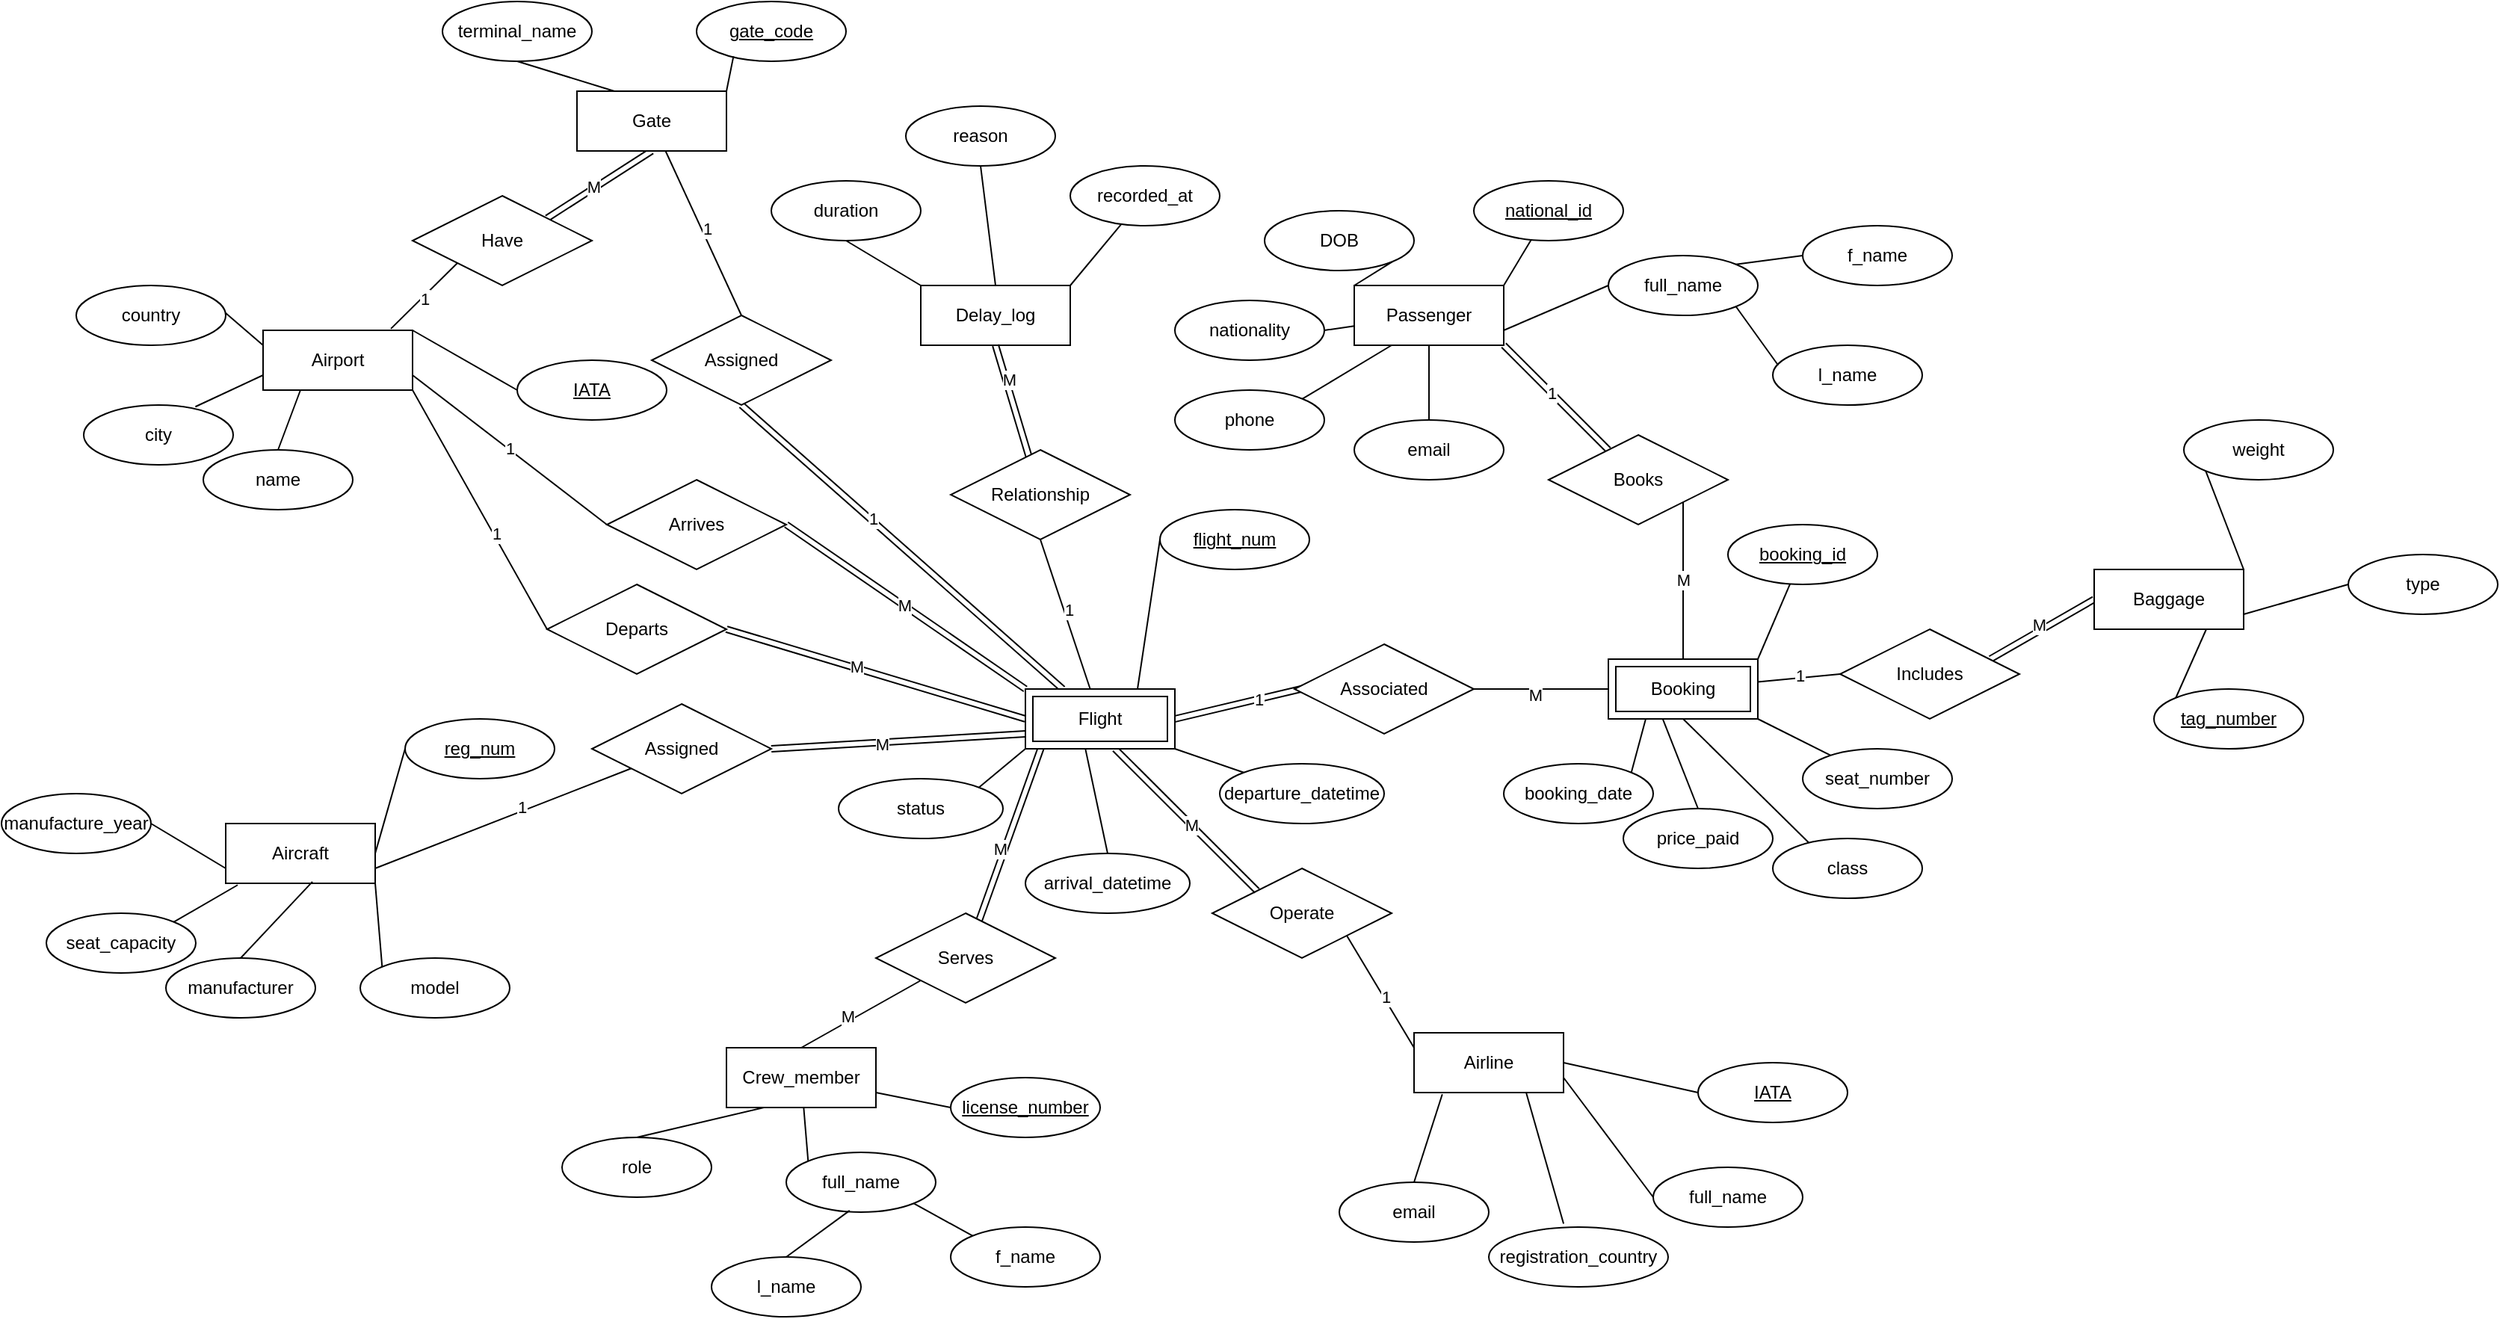
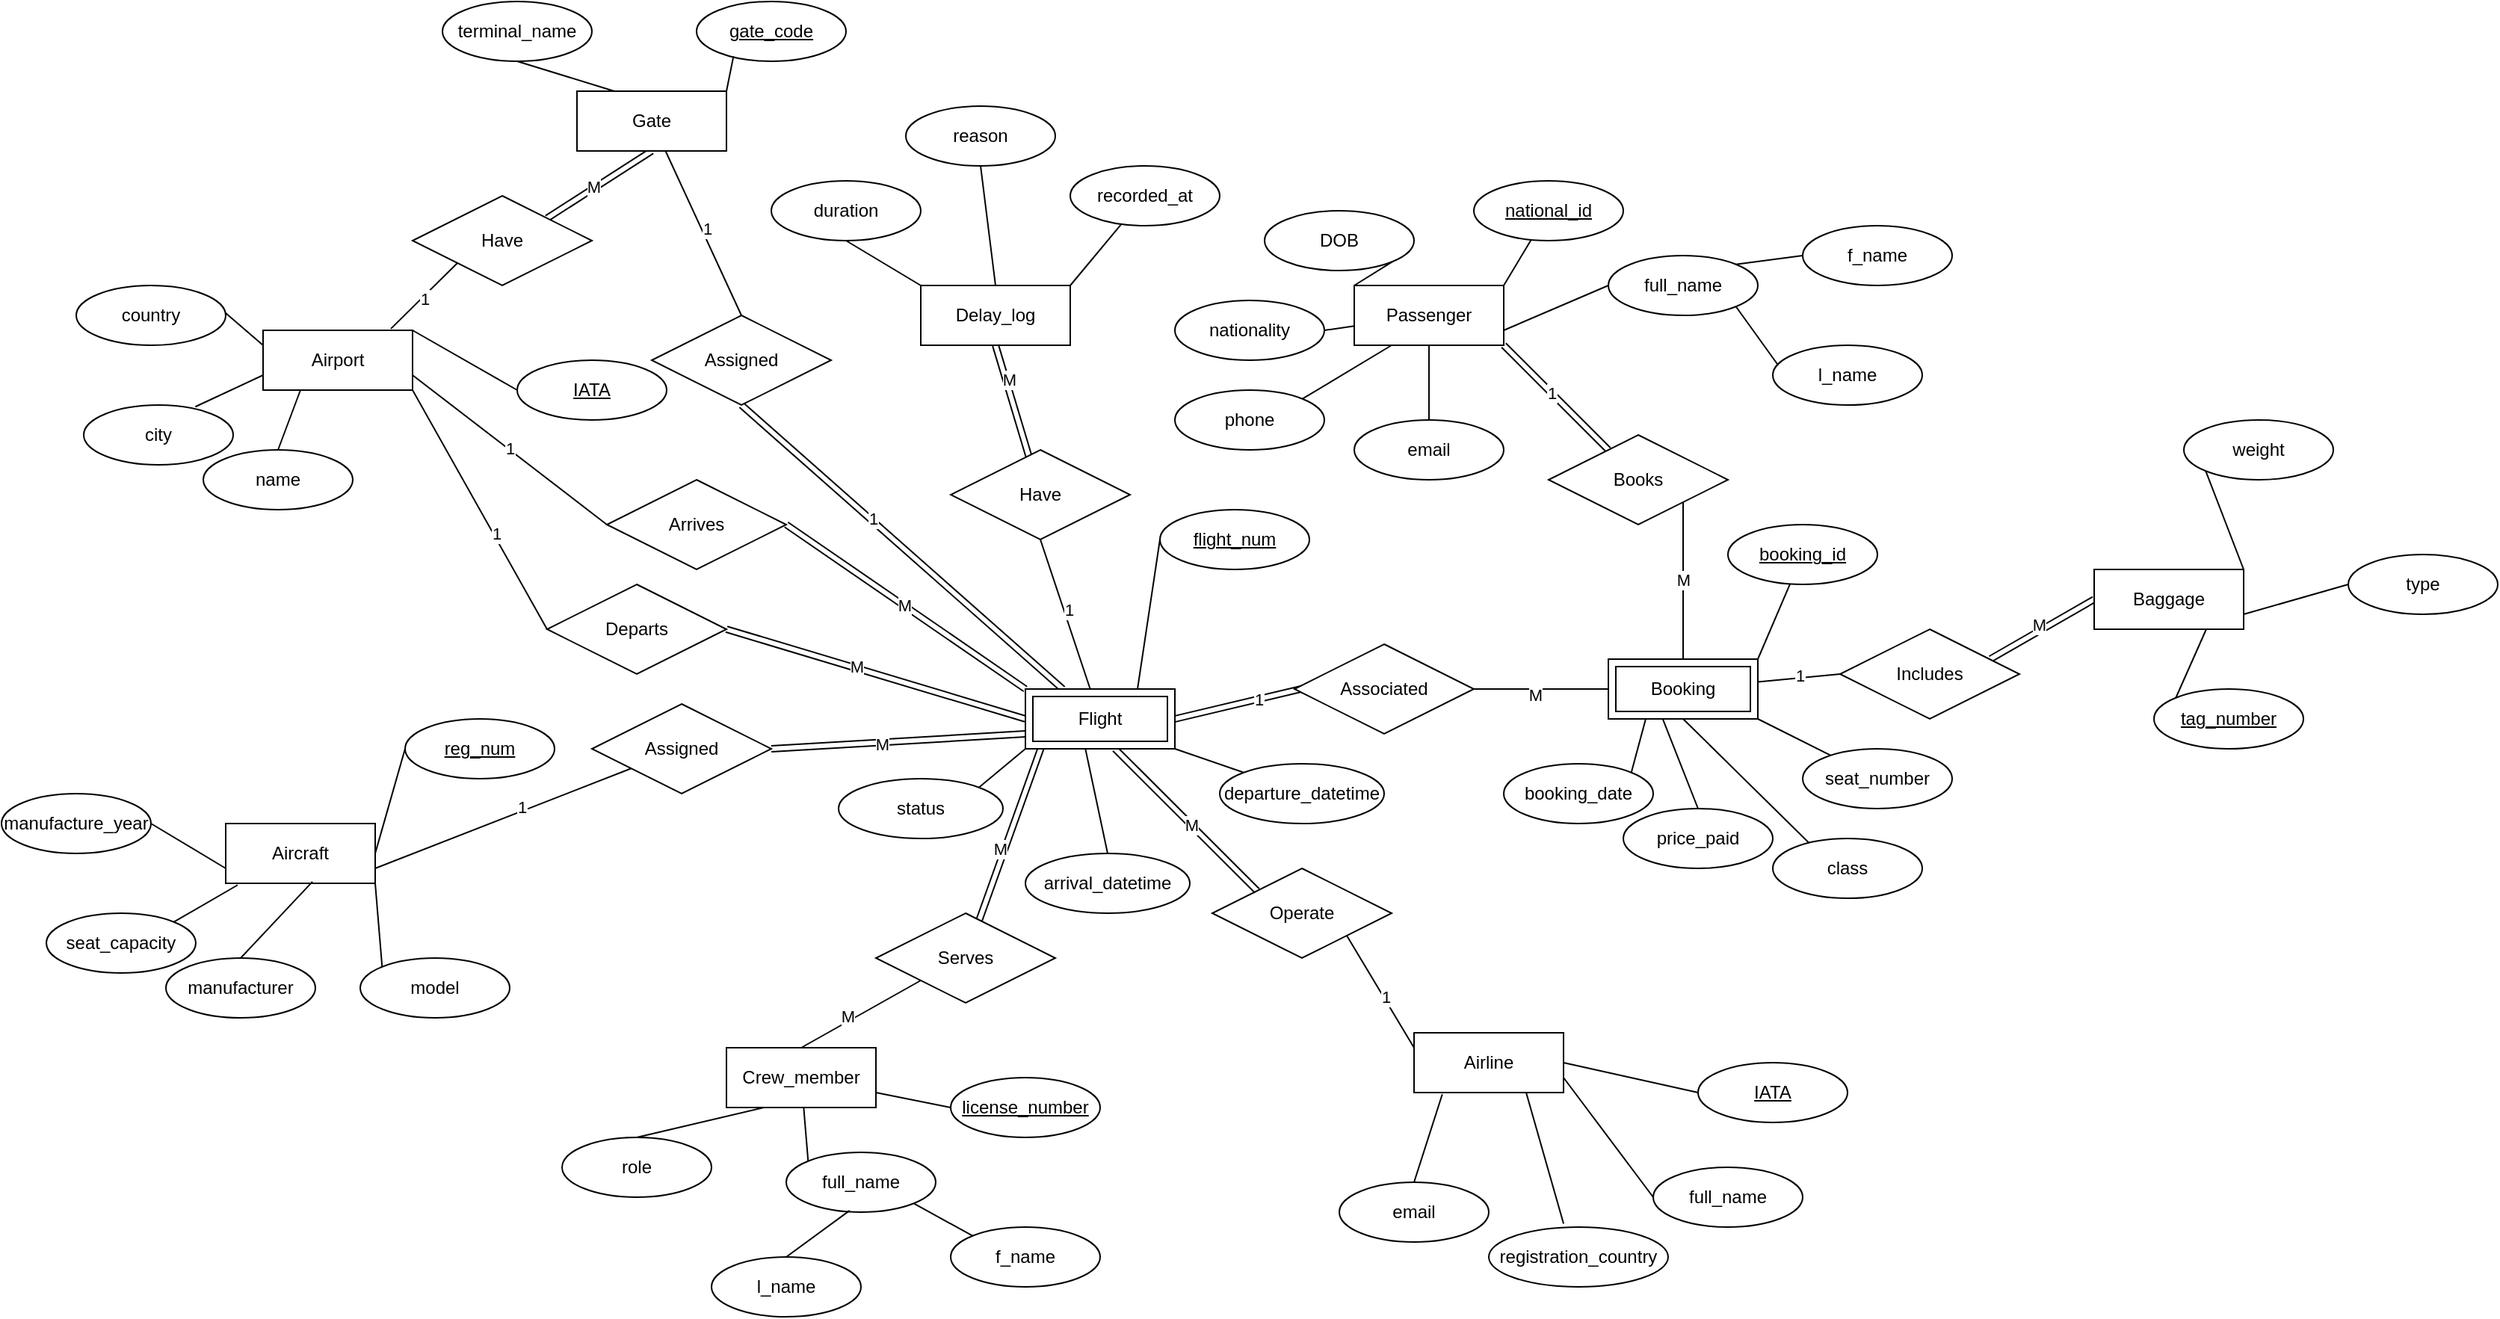
<mxfile host="app.diagrams.net">
  <diagram name="Page-1" id="9Ez2V5EcepmFkt350dfW">
-     <mxGraphModel dx="1066" dy="1085" grid="1" gridSize="10" guides="1" tooltips="1" connect="1" arrows="1" fold="1" page="1" pageScale="1" pageWidth="850" pageHeight="1100" math="0" shadow="0">
+     <mxGraphModel dx="1001" dy="1085" grid="1" gridSize="10" guides="1" tooltips="1" connect="1" arrows="1" fold="1" page="1" pageScale="1" pageWidth="850" pageHeight="1100" math="0" shadow="0">
      <root>
        <mxCell id="0" />
        <mxCell id="1" parent="0" />
        <mxCell id="-5EN979a6P4eX3SqTBvW-93" edge="1" parent="1" source="1uCa8UvUIqV1hMw0mHuW-35" style="edgeStyle=none;rounded=0;orthogonalLoop=1;jettySize=auto;html=1;exitX=0.11;exitY=0.945;exitDx=0;exitDy=0;endArrow=none;endFill=0;shape=link;exitPerimeter=0;" target="-5EN979a6P4eX3SqTBvW-92">
          <mxGeometry relative="1" as="geometry">
            <mxPoint x="700" y="610" as="sourcePoint" />
          </mxGeometry>
        </mxCell>
        <mxCell id="-5EN979a6P4eX3SqTBvW-102" connectable="0" parent="-5EN979a6P4eX3SqTBvW-93" style="edgeLabel;html=1;align=center;verticalAlign=middle;resizable=0;points=[];" value="M" vertex="1">
          <mxGeometry relative="1" x="0.1972" y="-3" as="geometry">
            <mxPoint as="offset" />
          </mxGeometry>
        </mxCell>
        <mxCell id="-5EN979a6P4eX3SqTBvW-96" edge="1" parent="1" source="1uCa8UvUIqV1hMw0mHuW-35" style="edgeStyle=none;rounded=0;orthogonalLoop=1;jettySize=auto;html=1;exitX=1;exitY=0.5;exitDx=0;exitDy=0;entryX=0.073;entryY=0.482;entryDx=0;entryDy=0;endArrow=none;endFill=0;shape=link;entryPerimeter=0;" target="-5EN979a6P4eX3SqTBvW-95">
          <mxGeometry relative="1" as="geometry">
            <mxPoint x="775" y="600" as="sourcePoint" />
          </mxGeometry>
        </mxCell>
        <mxCell id="-5EN979a6P4eX3SqTBvW-104" connectable="0" parent="-5EN979a6P4eX3SqTBvW-96" style="edgeLabel;html=1;align=center;verticalAlign=middle;resizable=0;points=[];" value="1" vertex="1">
          <mxGeometry relative="1" x="0.2456" as="geometry">
            <mxPoint as="offset" />
          </mxGeometry>
        </mxCell>
        <mxCell id="-5EN979a6P4eX3SqTBvW-80" edge="1" parent="1" source="-5EN979a6P4eX3SqTBvW-2" style="edgeStyle=none;rounded=0;orthogonalLoop=1;jettySize=auto;html=1;exitX=1;exitY=1;exitDx=0;exitDy=0;entryX=0;entryY=0.5;entryDx=0;entryDy=0;endArrow=none;endFill=0;" target="-5EN979a6P4eX3SqTBvW-81">
          <mxGeometry relative="1" as="geometry">
            <mxPoint x="425" y="450" as="targetPoint" />
          </mxGeometry>
        </mxCell>
        <mxCell id="-5EN979a6P4eX3SqTBvW-91" connectable="0" parent="-5EN979a6P4eX3SqTBvW-80" style="edgeLabel;html=1;align=center;verticalAlign=middle;resizable=0;points=[];" value="1" vertex="1">
          <mxGeometry relative="1" x="0.208" y="2" as="geometry">
            <mxPoint as="offset" />
          </mxGeometry>
        </mxCell>
        <mxCell id="-5EN979a6P4eX3SqTBvW-2" parent="1" style="whiteSpace=wrap;html=1;align=center;" value="Airport" vertex="1">
          <mxGeometry height="40" width="100" x="195" y="320" as="geometry" />
        </mxCell>
        <mxCell id="-5EN979a6P4eX3SqTBvW-45" edge="1" parent="1" source="-5EN979a6P4eX3SqTBvW-4" style="edgeStyle=none;rounded=0;orthogonalLoop=1;jettySize=auto;html=1;exitX=1;exitY=0;exitDx=0;exitDy=0;endArrow=none;endFill=0;" target="-5EN979a6P4eX3SqTBvW-38">
          <mxGeometry relative="1" as="geometry" />
        </mxCell>
        <mxCell id="-5EN979a6P4eX3SqTBvW-46" edge="1" parent="1" source="-5EN979a6P4eX3SqTBvW-4" style="edgeStyle=none;rounded=0;orthogonalLoop=1;jettySize=auto;html=1;exitX=1;exitY=0.75;exitDx=0;exitDy=0;entryX=0;entryY=0.5;entryDx=0;entryDy=0;endArrow=none;endFill=0;" target="-5EN979a6P4eX3SqTBvW-40">
          <mxGeometry relative="1" as="geometry" />
        </mxCell>
        <mxCell id="-5EN979a6P4eX3SqTBvW-99" edge="1" parent="1" source="-5EN979a6P4eX3SqTBvW-4" style="edgeStyle=none;rounded=0;orthogonalLoop=1;jettySize=auto;html=1;exitX=1;exitY=1;exitDx=0;exitDy=0;endArrow=none;endFill=0;shape=link;" target="-5EN979a6P4eX3SqTBvW-98">
          <mxGeometry relative="1" as="geometry" />
        </mxCell>
        <mxCell id="-5EN979a6P4eX3SqTBvW-105" connectable="0" parent="-5EN979a6P4eX3SqTBvW-99" style="edgeLabel;html=1;align=center;verticalAlign=middle;resizable=0;points=[];" value="1" vertex="1">
          <mxGeometry relative="1" x="-0.1035" as="geometry">
            <mxPoint as="offset" />
          </mxGeometry>
        </mxCell>
        <mxCell id="-5EN979a6P4eX3SqTBvW-4" parent="1" style="whiteSpace=wrap;html=1;align=center;" value="Passenger" vertex="1">
          <mxGeometry height="40" width="100" x="925" y="290" as="geometry" />
        </mxCell>
        <mxCell id="-5EN979a6P4eX3SqTBvW-77" edge="1" parent="1" source="-5EN979a6P4eX3SqTBvW-5" style="edgeStyle=none;rounded=0;orthogonalLoop=1;jettySize=auto;html=1;exitX=1;exitY=0.75;exitDx=0;exitDy=0;endArrow=none;endFill=0;" target="-5EN979a6P4eX3SqTBvW-78">
          <mxGeometry relative="1" as="geometry">
            <mxPoint x="375" y="580" as="targetPoint" />
          </mxGeometry>
        </mxCell>
        <mxCell id="-5EN979a6P4eX3SqTBvW-84" connectable="0" parent="-5EN979a6P4eX3SqTBvW-77" style="edgeLabel;html=1;align=center;verticalAlign=middle;resizable=0;points=[];" value="1" vertex="1">
          <mxGeometry relative="1" x="0.1609" y="3" as="geometry">
            <mxPoint as="offset" />
          </mxGeometry>
        </mxCell>
        <mxCell id="-5EN979a6P4eX3SqTBvW-5" parent="1" style="whiteSpace=wrap;html=1;align=center;" value="Aircraft" vertex="1">
          <mxGeometry height="40" width="100" x="170" y="650" as="geometry" />
        </mxCell>
        <mxCell id="-5EN979a6P4eX3SqTBvW-6" parent="1" style="whiteSpace=wrap;html=1;align=center;" value="Crew_m&lt;span style=&quot;background-color: transparent; color: light-dark(rgb(0, 0, 0), rgb(255, 255, 255));&quot;&gt;ember&lt;/span&gt;" vertex="1">
          <mxGeometry height="40" width="100" x="505" y="800" as="geometry" />
        </mxCell>
        <mxCell id="-5EN979a6P4eX3SqTBvW-14" edge="1" parent="1" source="-5EN979a6P4eX3SqTBvW-7" style="rounded=0;orthogonalLoop=1;jettySize=auto;html=1;exitX=0;exitY=0.5;exitDx=0;exitDy=0;entryX=1;entryY=0;entryDx=0;entryDy=0;endArrow=none;endFill=0;" target="-5EN979a6P4eX3SqTBvW-2">
          <mxGeometry relative="1" as="geometry" />
        </mxCell>
        <mxCell id="-5EN979a6P4eX3SqTBvW-7" parent="1" style="ellipse;whiteSpace=wrap;html=1;align=center;fontStyle=4;" value="IATA" vertex="1">
          <mxGeometry height="40" width="100" x="365" y="340" as="geometry" />
        </mxCell>
        <mxCell id="-5EN979a6P4eX3SqTBvW-13" edge="1" parent="1" source="-5EN979a6P4eX3SqTBvW-8" style="rounded=0;orthogonalLoop=1;jettySize=auto;html=1;exitX=0.5;exitY=0;exitDx=0;exitDy=0;endArrow=none;endFill=0;entryX=0.25;entryY=1;entryDx=0;entryDy=0;" target="-5EN979a6P4eX3SqTBvW-2">
          <mxGeometry relative="1" as="geometry">
            <mxPoint x="225" y="370" as="targetPoint" />
          </mxGeometry>
        </mxCell>
        <mxCell id="-5EN979a6P4eX3SqTBvW-8" parent="1" style="ellipse;whiteSpace=wrap;html=1;align=center;" value="name" vertex="1">
          <mxGeometry height="40" width="100" x="155" y="400" as="geometry" />
        </mxCell>
        <mxCell id="-5EN979a6P4eX3SqTBvW-9" parent="1" style="ellipse;whiteSpace=wrap;html=1;align=center;" value="city" vertex="1">
          <mxGeometry height="40" width="100" x="75" y="370" as="geometry" />
        </mxCell>
        <mxCell id="-5EN979a6P4eX3SqTBvW-11" edge="1" parent="1" source="-5EN979a6P4eX3SqTBvW-10" style="rounded=0;orthogonalLoop=1;jettySize=auto;html=1;exitX=1;exitY=0;exitDx=0;exitDy=0;entryX=0;entryY=0.25;entryDx=0;entryDy=0;endArrow=none;endFill=0;" target="-5EN979a6P4eX3SqTBvW-2">
          <mxGeometry relative="1" as="geometry" />
        </mxCell>
        <mxCell id="-5EN979a6P4eX3SqTBvW-10" parent="1" style="ellipse;whiteSpace=wrap;html=1;align=center;" value="country" vertex="1">
          <mxGeometry height="40" width="100" x="70" y="290" as="geometry" />
        </mxCell>
        <mxCell id="-5EN979a6P4eX3SqTBvW-12" edge="1" parent="1" source="-5EN979a6P4eX3SqTBvW-9" style="rounded=0;orthogonalLoop=1;jettySize=auto;html=1;entryX=0;entryY=0.75;entryDx=0;entryDy=0;endArrow=none;endFill=0;exitX=0.747;exitY=0.028;exitDx=0;exitDy=0;exitPerimeter=0;" target="-5EN979a6P4eX3SqTBvW-2">
          <mxGeometry relative="1" as="geometry">
            <mxPoint x="155" y="376" as="sourcePoint" />
          </mxGeometry>
        </mxCell>
        <mxCell id="-5EN979a6P4eX3SqTBvW-26" edge="1" parent="1" source="-5EN979a6P4eX3SqTBvW-15" style="edgeStyle=none;rounded=0;orthogonalLoop=1;jettySize=auto;html=1;exitX=0;exitY=0.5;exitDx=0;exitDy=0;entryX=1;entryY=0.5;entryDx=0;entryDy=0;endArrow=none;endFill=0;" target="-5EN979a6P4eX3SqTBvW-5">
          <mxGeometry relative="1" as="geometry" />
        </mxCell>
        <mxCell id="-5EN979a6P4eX3SqTBvW-15" parent="1" style="ellipse;whiteSpace=wrap;html=1;align=center;fontStyle=4;" value="reg_num" vertex="1">
          <mxGeometry height="40" width="100" x="290" y="580" as="geometry" />
        </mxCell>
        <mxCell id="-5EN979a6P4eX3SqTBvW-25" edge="1" parent="1" source="-5EN979a6P4eX3SqTBvW-17" style="edgeStyle=none;rounded=0;orthogonalLoop=1;jettySize=auto;html=1;exitX=0;exitY=0;exitDx=0;exitDy=0;entryX=1;entryY=1;entryDx=0;entryDy=0;endArrow=none;endFill=0;" target="-5EN979a6P4eX3SqTBvW-5">
          <mxGeometry relative="1" as="geometry" />
        </mxCell>
        <mxCell id="-5EN979a6P4eX3SqTBvW-17" parent="1" style="ellipse;whiteSpace=wrap;html=1;align=center;" value="model" vertex="1">
          <mxGeometry height="40" width="100" x="260" y="740" as="geometry" />
        </mxCell>
        <mxCell id="-5EN979a6P4eX3SqTBvW-18" parent="1" style="ellipse;whiteSpace=wrap;html=1;align=center;" value="manufacturer" vertex="1">
          <mxGeometry height="40" width="100" x="130" y="740" as="geometry" />
        </mxCell>
        <mxCell id="-5EN979a6P4eX3SqTBvW-19" parent="1" style="ellipse;whiteSpace=wrap;html=1;align=center;" value="seat&lt;span style=&quot;background-color: transparent; color: light-dark(rgb(0, 0, 0), rgb(255, 255, 255));&quot;&gt;_capacity&lt;/span&gt;" vertex="1">
          <mxGeometry height="40" width="100" x="50" y="710" as="geometry" />
        </mxCell>
        <mxCell id="-5EN979a6P4eX3SqTBvW-22" edge="1" parent="1" source="-5EN979a6P4eX3SqTBvW-20" style="edgeStyle=none;rounded=0;orthogonalLoop=1;jettySize=auto;html=1;exitX=1;exitY=0.5;exitDx=0;exitDy=0;entryX=0;entryY=0.75;entryDx=0;entryDy=0;endArrow=none;endFill=0;" target="-5EN979a6P4eX3SqTBvW-5">
          <mxGeometry relative="1" as="geometry" />
        </mxCell>
        <mxCell id="-5EN979a6P4eX3SqTBvW-20" parent="1" style="ellipse;whiteSpace=wrap;html=1;align=center;" value="manufacture_year" vertex="1">
          <mxGeometry height="40" width="100" x="20" y="630" as="geometry" />
        </mxCell>
        <mxCell id="-5EN979a6P4eX3SqTBvW-24" edge="1" parent="1" source="-5EN979a6P4eX3SqTBvW-18" style="edgeStyle=none;rounded=0;orthogonalLoop=1;jettySize=auto;html=1;exitX=0.5;exitY=0;exitDx=0;exitDy=0;entryX=0.58;entryY=0.973;entryDx=0;entryDy=0;entryPerimeter=0;endArrow=none;endFill=0;" target="-5EN979a6P4eX3SqTBvW-5">
          <mxGeometry relative="1" as="geometry" />
        </mxCell>
        <mxCell id="-5EN979a6P4eX3SqTBvW-36" edge="1" parent="1" source="-5EN979a6P4eX3SqTBvW-27" style="edgeStyle=none;rounded=0;orthogonalLoop=1;jettySize=auto;html=1;exitX=0;exitY=0.5;exitDx=0;exitDy=0;endArrow=none;endFill=0;entryX=0.75;entryY=0;entryDx=0;entryDy=0;" target="1uCa8UvUIqV1hMw0mHuW-35">
          <mxGeometry relative="1" as="geometry">
            <mxPoint x="795" y="520" as="targetPoint" />
          </mxGeometry>
        </mxCell>
        <mxCell id="-5EN979a6P4eX3SqTBvW-27" parent="1" style="ellipse;whiteSpace=wrap;html=1;align=center;fontStyle=4;" value="flight_num" vertex="1">
          <mxGeometry height="40" width="100" x="795" y="440" as="geometry" />
        </mxCell>
        <mxCell id="-5EN979a6P4eX3SqTBvW-35" edge="1" parent="1" source="-5EN979a6P4eX3SqTBvW-28" style="edgeStyle=none;rounded=0;orthogonalLoop=1;jettySize=auto;html=1;exitX=0;exitY=0;exitDx=0;exitDy=0;entryX=1;entryY=1;entryDx=0;entryDy=0;endArrow=none;endFill=0;" target="1uCa8UvUIqV1hMw0mHuW-35">
          <mxGeometry relative="1" as="geometry">
            <mxPoint x="775" y="610" as="targetPoint" />
          </mxGeometry>
        </mxCell>
        <mxCell id="-5EN979a6P4eX3SqTBvW-28" parent="1" style="ellipse;whiteSpace=wrap;html=1;align=center;" value="departure_datetime" vertex="1">
          <mxGeometry height="40" width="110" x="835" y="610" as="geometry" />
        </mxCell>
        <mxCell id="-5EN979a6P4eX3SqTBvW-29" parent="1" style="ellipse;whiteSpace=wrap;html=1;align=center;" value="arrival_datetime" vertex="1">
          <mxGeometry height="40" width="110" x="705" y="670" as="geometry" />
        </mxCell>
        <mxCell id="-5EN979a6P4eX3SqTBvW-32" edge="1" parent="1" source="-5EN979a6P4eX3SqTBvW-30" style="edgeStyle=none;rounded=0;orthogonalLoop=1;jettySize=auto;html=1;exitX=1;exitY=0;exitDx=0;exitDy=0;entryX=0;entryY=1;entryDx=0;entryDy=0;endArrow=none;endFill=0;" target="1uCa8UvUIqV1hMw0mHuW-35">
          <mxGeometry relative="1" as="geometry">
            <mxPoint x="675" y="610" as="targetPoint" />
          </mxGeometry>
        </mxCell>
        <mxCell id="-5EN979a6P4eX3SqTBvW-30" parent="1" style="ellipse;whiteSpace=wrap;html=1;align=center;" value="status" vertex="1">
          <mxGeometry height="40" width="110" x="580" y="620" as="geometry" />
        </mxCell>
        <mxCell id="-5EN979a6P4eX3SqTBvW-31" edge="1" parent="1" source="-5EN979a6P4eX3SqTBvW-30" style="edgeStyle=none;rounded=0;orthogonalLoop=1;jettySize=auto;html=1;exitX=1;exitY=1;exitDx=0;exitDy=0;" target="-5EN979a6P4eX3SqTBvW-30">
          <mxGeometry relative="1" as="geometry" />
        </mxCell>
        <mxCell id="-5EN979a6P4eX3SqTBvW-33" edge="1" parent="1" source="-5EN979a6P4eX3SqTBvW-19" style="edgeStyle=none;rounded=0;orthogonalLoop=1;jettySize=auto;html=1;exitX=1;exitY=0;exitDx=0;exitDy=0;entryX=0.08;entryY=1.028;entryDx=0;entryDy=0;entryPerimeter=0;endArrow=none;endFill=0;" target="-5EN979a6P4eX3SqTBvW-5">
          <mxGeometry relative="1" as="geometry" />
        </mxCell>
        <mxCell id="-5EN979a6P4eX3SqTBvW-34" edge="1" parent="1" source="-5EN979a6P4eX3SqTBvW-29" style="edgeStyle=none;rounded=0;orthogonalLoop=1;jettySize=auto;html=1;exitX=0.5;exitY=0;exitDx=0;exitDy=0;endArrow=none;endFill=0;entryX=0.399;entryY=0.973;entryDx=0;entryDy=0;entryPerimeter=0;" target="1uCa8UvUIqV1hMw0mHuW-35">
          <mxGeometry relative="1" as="geometry">
            <mxPoint x="725" y="610" as="targetPoint" />
          </mxGeometry>
        </mxCell>
        <mxCell id="-5EN979a6P4eX3SqTBvW-38" parent="1" style="ellipse;whiteSpace=wrap;html=1;align=center;fontStyle=4;" value="national_id" vertex="1">
          <mxGeometry height="40" width="100" x="1005" y="220" as="geometry" />
        </mxCell>
        <mxCell id="-5EN979a6P4eX3SqTBvW-71" edge="1" parent="1" source="-5EN979a6P4eX3SqTBvW-40" style="edgeStyle=none;rounded=0;orthogonalLoop=1;jettySize=auto;html=1;exitX=1;exitY=0;exitDx=0;exitDy=0;entryX=0;entryY=0.5;entryDx=0;entryDy=0;endArrow=none;endFill=0;" target="-5EN979a6P4eX3SqTBvW-70">
          <mxGeometry relative="1" as="geometry" />
        </mxCell>
        <mxCell id="-5EN979a6P4eX3SqTBvW-40" parent="1" style="ellipse;whiteSpace=wrap;html=1;align=center;" value="full_name" vertex="1">
          <mxGeometry height="40" width="100" x="1095" y="270" as="geometry" />
        </mxCell>
        <mxCell id="-5EN979a6P4eX3SqTBvW-41" parent="1" style="ellipse;whiteSpace=wrap;html=1;align=center;" value="email" vertex="1">
          <mxGeometry height="40" width="100" x="925" y="380" as="geometry" />
        </mxCell>
        <mxCell id="-5EN979a6P4eX3SqTBvW-49" edge="1" parent="1" source="-5EN979a6P4eX3SqTBvW-42" style="edgeStyle=none;rounded=0;orthogonalLoop=1;jettySize=auto;html=1;exitX=1;exitY=0.5;exitDx=0;exitDy=0;endArrow=none;endFill=0;" target="-5EN979a6P4eX3SqTBvW-4">
          <mxGeometry relative="1" as="geometry" />
        </mxCell>
        <mxCell id="-5EN979a6P4eX3SqTBvW-42" parent="1" style="ellipse;whiteSpace=wrap;html=1;align=center;" value="nationality" vertex="1">
          <mxGeometry height="40" width="100" x="805" y="300" as="geometry" />
        </mxCell>
        <mxCell id="-5EN979a6P4eX3SqTBvW-48" edge="1" parent="1" source="-5EN979a6P4eX3SqTBvW-43" style="edgeStyle=none;rounded=0;orthogonalLoop=1;jettySize=auto;html=1;exitX=1;exitY=0;exitDx=0;exitDy=0;entryX=0.25;entryY=1;entryDx=0;entryDy=0;endArrow=none;endFill=0;" target="-5EN979a6P4eX3SqTBvW-4">
          <mxGeometry relative="1" as="geometry" />
        </mxCell>
        <mxCell id="-5EN979a6P4eX3SqTBvW-43" parent="1" style="ellipse;whiteSpace=wrap;html=1;align=center;" value="phone" vertex="1">
          <mxGeometry height="40" width="100" x="805" y="360" as="geometry" />
        </mxCell>
        <mxCell id="-5EN979a6P4eX3SqTBvW-50" edge="1" parent="1" source="-5EN979a6P4eX3SqTBvW-44" style="edgeStyle=none;rounded=0;orthogonalLoop=1;jettySize=auto;html=1;exitX=1;exitY=1;exitDx=0;exitDy=0;entryX=0;entryY=0;entryDx=0;entryDy=0;endArrow=none;endFill=0;" target="-5EN979a6P4eX3SqTBvW-4">
          <mxGeometry relative="1" as="geometry" />
        </mxCell>
        <mxCell id="-5EN979a6P4eX3SqTBvW-44" parent="1" style="ellipse;whiteSpace=wrap;html=1;align=center;" value="DOB" vertex="1">
          <mxGeometry height="40" width="100" x="865" y="240" as="geometry" />
        </mxCell>
        <mxCell id="-5EN979a6P4eX3SqTBvW-47" edge="1" parent="1" source="-5EN979a6P4eX3SqTBvW-4" style="edgeStyle=none;rounded=0;orthogonalLoop=1;jettySize=auto;html=1;exitX=0.5;exitY=1;exitDx=0;exitDy=0;endArrow=none;endFill=0;entryX=0.5;entryY=0;entryDx=0;entryDy=0;" target="-5EN979a6P4eX3SqTBvW-41">
          <mxGeometry relative="1" as="geometry">
            <mxPoint x="995" y="370" as="targetPoint" />
          </mxGeometry>
        </mxCell>
        <mxCell id="-5EN979a6P4eX3SqTBvW-56" edge="1" parent="1" source="-5EN979a6P4eX3SqTBvW-112" style="edgeStyle=none;rounded=0;orthogonalLoop=1;jettySize=auto;html=1;endArrow=none;endFill=0;entryX=1;entryY=1;entryDx=0;entryDy=0;" target="-5EN979a6P4eX3SqTBvW-111">
          <mxGeometry relative="1" as="geometry">
            <mxPoint x="1355" y="580" as="sourcePoint" />
            <mxPoint x="1305" y="580" as="targetPoint" />
          </mxGeometry>
        </mxCell>
        <mxCell id="-5EN979a6P4eX3SqTBvW-57" edge="1" parent="1" source="-5EN979a6P4eX3SqTBvW-52" style="edgeStyle=none;rounded=0;orthogonalLoop=1;jettySize=auto;html=1;exitX=0.258;exitY=0.112;exitDx=0;exitDy=0;exitPerimeter=0;endArrow=none;endFill=0;entryX=0.5;entryY=1;entryDx=0;entryDy=0;" target="-5EN979a6P4eX3SqTBvW-111">
          <mxGeometry relative="1" as="geometry">
            <mxPoint x="1291" y="600" as="targetPoint" />
          </mxGeometry>
        </mxCell>
        <mxCell id="-5EN979a6P4eX3SqTBvW-52" parent="1" style="ellipse;whiteSpace=wrap;html=1;align=center;" value="class" vertex="1">
          <mxGeometry height="40" width="100" x="1205" y="660" as="geometry" />
        </mxCell>
        <mxCell id="-5EN979a6P4eX3SqTBvW-59" edge="1" parent="1" source="-5EN979a6P4eX3SqTBvW-53" style="edgeStyle=none;rounded=0;orthogonalLoop=1;jettySize=auto;html=1;exitX=0.5;exitY=0;exitDx=0;exitDy=0;endArrow=none;endFill=0;entryX=0.362;entryY=0.99;entryDx=0;entryDy=0;entryPerimeter=0;" target="-5EN979a6P4eX3SqTBvW-111">
          <mxGeometry relative="1" as="geometry">
            <mxPoint x="1255" y="600" as="targetPoint" />
          </mxGeometry>
        </mxCell>
        <mxCell id="-5EN979a6P4eX3SqTBvW-53" parent="1" style="ellipse;whiteSpace=wrap;html=1;align=center;" value="price_paid" vertex="1">
          <mxGeometry height="40" width="100" x="1105" y="640" as="geometry" />
        </mxCell>
        <mxCell id="-5EN979a6P4eX3SqTBvW-54" parent="1" style="ellipse;whiteSpace=wrap;html=1;align=center;" value="booking_date" vertex="1">
          <mxGeometry height="40" width="100" x="1025" y="610" as="geometry" />
        </mxCell>
        <mxCell id="-5EN979a6P4eX3SqTBvW-60" edge="1" parent="1" source="-5EN979a6P4eX3SqTBvW-54" style="edgeStyle=none;rounded=0;orthogonalLoop=1;jettySize=auto;html=1;exitX=1;exitY=0;exitDx=0;exitDy=0;entryX=0.25;entryY=1;entryDx=0;entryDy=0;endArrow=none;endFill=0;" target="-5EN979a6P4eX3SqTBvW-111">
          <mxGeometry relative="1" as="geometry">
            <mxPoint x="1205" y="600" as="targetPoint" />
          </mxGeometry>
        </mxCell>
        <mxCell id="-5EN979a6P4eX3SqTBvW-65" edge="1" parent="1" source="-5EN979a6P4eX3SqTBvW-61" style="edgeStyle=none;rounded=0;orthogonalLoop=1;jettySize=auto;html=1;exitX=0;exitY=0.5;exitDx=0;exitDy=0;endArrow=none;endFill=0;" target="-5EN979a6P4eX3SqTBvW-6">
          <mxGeometry relative="1" as="geometry" />
        </mxCell>
        <mxCell id="-5EN979a6P4eX3SqTBvW-61" parent="1" style="ellipse;whiteSpace=wrap;html=1;align=center;fontStyle=4;" value="license_number" vertex="1">
          <mxGeometry height="40" width="100" x="655" y="820" as="geometry" />
        </mxCell>
        <mxCell id="-5EN979a6P4eX3SqTBvW-66" edge="1" parent="1" source="-5EN979a6P4eX3SqTBvW-62" style="edgeStyle=none;rounded=0;orthogonalLoop=1;jettySize=auto;html=1;exitX=0;exitY=0;exitDx=0;exitDy=0;endArrow=none;endFill=0;" target="-5EN979a6P4eX3SqTBvW-6">
          <mxGeometry relative="1" as="geometry" />
        </mxCell>
        <mxCell id="-5EN979a6P4eX3SqTBvW-62" parent="1" style="ellipse;whiteSpace=wrap;html=1;align=center;" value="full_name" vertex="1">
          <mxGeometry height="40" width="100" x="545" y="870" as="geometry" />
        </mxCell>
        <mxCell id="-5EN979a6P4eX3SqTBvW-67" edge="1" parent="1" source="-5EN979a6P4eX3SqTBvW-63" style="edgeStyle=none;rounded=0;orthogonalLoop=1;jettySize=auto;html=1;exitX=0.5;exitY=0;exitDx=0;exitDy=0;entryX=0.25;entryY=1;entryDx=0;entryDy=0;endArrow=none;endFill=0;" target="-5EN979a6P4eX3SqTBvW-6">
          <mxGeometry relative="1" as="geometry" />
        </mxCell>
        <mxCell id="-5EN979a6P4eX3SqTBvW-63" parent="1" style="ellipse;whiteSpace=wrap;html=1;align=center;" value="role" vertex="1">
          <mxGeometry height="40" width="100" x="395" y="860" as="geometry" />
        </mxCell>
        <mxCell id="-5EN979a6P4eX3SqTBvW-69" parent="1" style="ellipse;whiteSpace=wrap;html=1;align=center;" value="l_name" vertex="1">
          <mxGeometry height="40" width="100" x="1205" y="330" as="geometry" />
        </mxCell>
        <mxCell id="-5EN979a6P4eX3SqTBvW-70" parent="1" style="ellipse;whiteSpace=wrap;html=1;align=center;" value="f_name" vertex="1">
          <mxGeometry height="40" width="100" x="1225" y="250" as="geometry" />
        </mxCell>
        <mxCell id="-5EN979a6P4eX3SqTBvW-72" edge="1" parent="1" source="-5EN979a6P4eX3SqTBvW-40" style="edgeStyle=none;rounded=0;orthogonalLoop=1;jettySize=auto;html=1;exitX=1;exitY=1;exitDx=0;exitDy=0;entryX=0.036;entryY=0.334;entryDx=0;entryDy=0;entryPerimeter=0;endArrow=none;endFill=0;" target="-5EN979a6P4eX3SqTBvW-69">
          <mxGeometry relative="1" as="geometry" />
        </mxCell>
        <mxCell id="-5EN979a6P4eX3SqTBvW-73" parent="1" style="ellipse;whiteSpace=wrap;html=1;align=center;" value="l_name" vertex="1">
          <mxGeometry height="40" width="100" x="495" y="940" as="geometry" />
        </mxCell>
        <mxCell id="-5EN979a6P4eX3SqTBvW-74" parent="1" style="ellipse;whiteSpace=wrap;html=1;align=center;" value="f_name" vertex="1">
          <mxGeometry height="40" width="100" x="655" y="920" as="geometry" />
        </mxCell>
        <mxCell id="-5EN979a6P4eX3SqTBvW-75" edge="1" parent="1" source="-5EN979a6P4eX3SqTBvW-73" style="edgeStyle=none;rounded=0;orthogonalLoop=1;jettySize=auto;html=1;exitX=0.5;exitY=0;exitDx=0;exitDy=0;entryX=0.424;entryY=0.973;entryDx=0;entryDy=0;entryPerimeter=0;endArrow=none;endFill=0;" target="-5EN979a6P4eX3SqTBvW-62">
          <mxGeometry relative="1" as="geometry" />
        </mxCell>
        <mxCell id="-5EN979a6P4eX3SqTBvW-76" edge="1" parent="1" source="-5EN979a6P4eX3SqTBvW-74" style="edgeStyle=none;rounded=0;orthogonalLoop=1;jettySize=auto;html=1;exitX=0;exitY=0;exitDx=0;exitDy=0;entryX=1;entryY=1;entryDx=0;entryDy=0;endArrow=none;endFill=0;" target="-5EN979a6P4eX3SqTBvW-62">
          <mxGeometry relative="1" as="geometry" />
        </mxCell>
        <mxCell id="-5EN979a6P4eX3SqTBvW-79" edge="1" parent="1" source="-5EN979a6P4eX3SqTBvW-78" style="edgeStyle=none;rounded=0;orthogonalLoop=1;jettySize=auto;html=1;exitX=1;exitY=0.5;exitDx=0;exitDy=0;endArrow=none;endFill=0;shape=link;entryX=0;entryY=0.75;entryDx=0;entryDy=0;" target="1uCa8UvUIqV1hMw0mHuW-35">
          <mxGeometry relative="1" as="geometry">
            <mxPoint x="675" y="596.521739130435" as="targetPoint" />
          </mxGeometry>
        </mxCell>
        <mxCell id="-5EN979a6P4eX3SqTBvW-116" connectable="0" parent="-5EN979a6P4eX3SqTBvW-79" style="edgeLabel;html=1;align=center;verticalAlign=middle;resizable=0;points=[];" value="M" vertex="1">
          <mxGeometry relative="1" x="-0.1301" y="-1" as="geometry">
            <mxPoint as="offset" />
          </mxGeometry>
        </mxCell>
        <mxCell id="-5EN979a6P4eX3SqTBvW-78" parent="1" style="shape=rhombus;perimeter=rhombusPerimeter;whiteSpace=wrap;html=1;align=center;" value="Assigned" vertex="1">
          <mxGeometry height="60" width="120" x="415" y="570" as="geometry" />
        </mxCell>
        <mxCell id="-5EN979a6P4eX3SqTBvW-82" edge="1" parent="1" source="-5EN979a6P4eX3SqTBvW-81" style="edgeStyle=none;rounded=0;orthogonalLoop=1;jettySize=auto;html=1;exitX=1;exitY=0.5;exitDx=0;exitDy=0;entryX=0;entryY=0.5;entryDx=0;entryDy=0;endArrow=none;endFill=0;shape=link;" target="1uCa8UvUIqV1hMw0mHuW-35">
          <mxGeometry relative="1" as="geometry">
            <mxPoint x="675" y="580" as="targetPoint" />
          </mxGeometry>
        </mxCell>
        <mxCell id="-5EN979a6P4eX3SqTBvW-88" connectable="0" parent="-5EN979a6P4eX3SqTBvW-82" style="edgeLabel;html=1;align=center;verticalAlign=middle;resizable=0;points=[];" value="M" vertex="1">
          <mxGeometry relative="1" x="-0.1361" y="1" as="geometry">
            <mxPoint as="offset" />
          </mxGeometry>
        </mxCell>
        <mxCell id="-5EN979a6P4eX3SqTBvW-81" parent="1" style="shape=rhombus;perimeter=rhombusPerimeter;whiteSpace=wrap;html=1;align=center;" value="Departs" vertex="1">
          <mxGeometry height="60" width="120" x="385" y="490" as="geometry" />
        </mxCell>
        <mxCell id="-5EN979a6P4eX3SqTBvW-87" edge="1" parent="1" source="-5EN979a6P4eX3SqTBvW-85" style="edgeStyle=none;rounded=0;orthogonalLoop=1;jettySize=auto;html=1;exitX=0;exitY=0.5;exitDx=0;exitDy=0;entryX=1;entryY=0.75;entryDx=0;entryDy=0;endArrow=none;endFill=0;" target="-5EN979a6P4eX3SqTBvW-2">
          <mxGeometry relative="1" as="geometry" />
        </mxCell>
        <mxCell id="-5EN979a6P4eX3SqTBvW-90" connectable="0" parent="-5EN979a6P4eX3SqTBvW-87" style="edgeLabel;html=1;align=center;verticalAlign=middle;resizable=0;points=[];" value="1" vertex="1">
          <mxGeometry relative="1" x="0.0167" y="-1" as="geometry">
            <mxPoint as="offset" />
          </mxGeometry>
        </mxCell>
        <mxCell id="-5EN979a6P4eX3SqTBvW-85" parent="1" style="shape=rhombus;perimeter=rhombusPerimeter;whiteSpace=wrap;html=1;align=center;" value="Arrives" vertex="1">
          <mxGeometry height="60" width="120" x="425" y="420" as="geometry" />
        </mxCell>
        <mxCell id="-5EN979a6P4eX3SqTBvW-86" edge="1" parent="1" source="-5EN979a6P4eX3SqTBvW-85" style="edgeStyle=none;rounded=0;orthogonalLoop=1;jettySize=auto;html=1;exitX=1;exitY=0.5;exitDx=0;exitDy=0;entryX=0;entryY=0;entryDx=0;entryDy=0;endArrow=none;endFill=0;shape=link;" target="1uCa8UvUIqV1hMw0mHuW-35">
          <mxGeometry relative="1" as="geometry">
            <mxPoint x="689.6999999999998" y="571.1199999999999" as="targetPoint" />
          </mxGeometry>
        </mxCell>
        <mxCell id="-5EN979a6P4eX3SqTBvW-89" connectable="0" parent="-5EN979a6P4eX3SqTBvW-86" style="edgeLabel;html=1;align=center;verticalAlign=middle;resizable=0;points=[];" value="M" vertex="1">
          <mxGeometry relative="1" x="-0.015" as="geometry">
            <mxPoint as="offset" />
          </mxGeometry>
        </mxCell>
        <mxCell id="-5EN979a6P4eX3SqTBvW-94" edge="1" parent="1" source="-5EN979a6P4eX3SqTBvW-92" style="edgeStyle=none;rounded=0;orthogonalLoop=1;jettySize=auto;html=1;endArrow=none;endFill=0;entryX=0.5;entryY=0;entryDx=0;entryDy=0;exitX=0;exitY=1;exitDx=0;exitDy=0;" target="-5EN979a6P4eX3SqTBvW-6">
          <mxGeometry relative="1" as="geometry">
            <mxPoint x="637.336666666667" y="797.3333333333335" as="sourcePoint" />
            <mxPoint x="472.6700000000001" y="910" as="targetPoint" />
          </mxGeometry>
        </mxCell>
        <mxCell id="-5EN979a6P4eX3SqTBvW-115" connectable="0" parent="-5EN979a6P4eX3SqTBvW-94" style="edgeLabel;html=1;align=center;verticalAlign=middle;resizable=0;points=[];" value="M" vertex="1">
          <mxGeometry relative="1" x="0.2088" y="-4" as="geometry">
            <mxPoint x="1" as="offset" />
          </mxGeometry>
        </mxCell>
        <mxCell id="-5EN979a6P4eX3SqTBvW-92" parent="1" style="shape=rhombus;perimeter=rhombusPerimeter;whiteSpace=wrap;html=1;align=center;" value="Serves" vertex="1">
          <mxGeometry height="60" width="120" x="605" y="710" as="geometry" />
        </mxCell>
        <mxCell id="-5EN979a6P4eX3SqTBvW-97" edge="1" parent="1" source="-5EN979a6P4eX3SqTBvW-95" style="edgeStyle=none;rounded=0;orthogonalLoop=1;jettySize=auto;html=1;exitX=1;exitY=0.5;exitDx=0;exitDy=0;endArrow=none;endFill=0;entryX=0;entryY=0.5;entryDx=0;entryDy=0;" target="-5EN979a6P4eX3SqTBvW-111">
          <mxGeometry relative="1" as="geometry">
            <mxPoint x="1205" y="580" as="targetPoint" />
          </mxGeometry>
        </mxCell>
        <mxCell id="-5EN979a6P4eX3SqTBvW-103" connectable="0" parent="-5EN979a6P4eX3SqTBvW-97" style="edgeLabel;html=1;align=center;verticalAlign=middle;resizable=0;points=[];" value="M" vertex="1">
          <mxGeometry relative="1" x="-0.0821" y="-4" as="geometry">
            <mxPoint x="-1" as="offset" />
          </mxGeometry>
        </mxCell>
        <mxCell id="-5EN979a6P4eX3SqTBvW-95" parent="1" style="shape=rhombus;perimeter=rhombusPerimeter;whiteSpace=wrap;html=1;align=center;" value="Associated" vertex="1">
          <mxGeometry height="60" width="120" x="885" y="530" as="geometry" />
        </mxCell>
        <mxCell id="-5EN979a6P4eX3SqTBvW-98" parent="1" style="shape=rhombus;perimeter=rhombusPerimeter;whiteSpace=wrap;html=1;align=center;" value="Books" vertex="1">
          <mxGeometry height="60" width="120" x="1055" y="390" as="geometry" />
        </mxCell>
        <mxCell id="-5EN979a6P4eX3SqTBvW-100" edge="1" parent="1" source="-5EN979a6P4eX3SqTBvW-98" style="edgeStyle=none;rounded=0;orthogonalLoop=1;jettySize=auto;html=1;exitX=1;exitY=1;exitDx=0;exitDy=0;endArrow=none;endFill=0;" target="-5EN979a6P4eX3SqTBvW-111">
          <mxGeometry relative="1" as="geometry">
            <mxPoint x="1223.0000000000005" y="557.8000000000002" as="targetPoint" />
          </mxGeometry>
        </mxCell>
        <mxCell id="-5EN979a6P4eX3SqTBvW-108" connectable="0" parent="-5EN979a6P4eX3SqTBvW-100" style="edgeLabel;html=1;align=center;verticalAlign=middle;resizable=0;points=[];" value="M" vertex="1">
          <mxGeometry relative="1" x="-0.0114" as="geometry">
            <mxPoint as="offset" />
          </mxGeometry>
        </mxCell>
        <mxCell id="-5EN979a6P4eX3SqTBvW-118" edge="1" parent="1" source="-5EN979a6P4eX3SqTBvW-111" style="edgeStyle=none;rounded=0;orthogonalLoop=1;jettySize=auto;html=1;exitX=1;exitY=0;exitDx=0;exitDy=0;endArrow=none;endFill=0;" target="-5EN979a6P4eX3SqTBvW-117">
          <mxGeometry relative="1" as="geometry" />
        </mxCell>
        <mxCell id="-5EN979a6P4eX3SqTBvW-111" parent="1" style="shape=ext;margin=3;double=1;whiteSpace=wrap;html=1;align=center;" value="Booking" vertex="1">
          <mxGeometry height="40" width="100" x="1095" y="540" as="geometry" />
        </mxCell>
        <mxCell id="-5EN979a6P4eX3SqTBvW-112" parent="1" style="ellipse;whiteSpace=wrap;html=1;align=center;" value="seat_number" vertex="1">
          <mxGeometry height="40" width="100" x="1225" y="600" as="geometry" />
        </mxCell>
        <mxCell id="-5EN979a6P4eX3SqTBvW-117" parent="1" style="ellipse;whiteSpace=wrap;html=1;align=center;fontStyle=4;" value="booking_id" vertex="1">
          <mxGeometry height="40" width="100" x="1175" y="450" as="geometry" />
        </mxCell>
        <mxCell id="1uCa8UvUIqV1hMw0mHuW-1" parent="1" style="whiteSpace=wrap;html=1;align=center;" value="Airline" vertex="1">
          <mxGeometry height="40" width="100" x="965" y="790" as="geometry" />
        </mxCell>
        <mxCell id="1uCa8UvUIqV1hMw0mHuW-6" edge="1" parent="1" source="1uCa8UvUIqV1hMw0mHuW-3" style="edgeStyle=none;rounded=0;orthogonalLoop=1;jettySize=auto;html=1;exitX=1;exitY=1;exitDx=0;exitDy=0;entryX=0;entryY=0.25;entryDx=0;entryDy=0;endArrow=none;endFill=0;" target="1uCa8UvUIqV1hMw0mHuW-1">
          <mxGeometry relative="1" as="geometry" />
        </mxCell>
        <mxCell id="1uCa8UvUIqV1hMw0mHuW-9" connectable="0" parent="1uCa8UvUIqV1hMw0mHuW-6" style="edgeLabel;html=1;align=center;verticalAlign=middle;resizable=0;points=[];" value="1" vertex="1">
          <mxGeometry relative="1" x="0.1102" y="1" as="geometry">
            <mxPoint as="offset" />
          </mxGeometry>
        </mxCell>
        <mxCell id="1uCa8UvUIqV1hMw0mHuW-3" parent="1" style="shape=rhombus;perimeter=rhombusPerimeter;whiteSpace=wrap;html=1;align=center;" value="Operate" vertex="1">
          <mxGeometry height="60" width="120" x="830" y="680" as="geometry" />
        </mxCell>
        <mxCell id="1uCa8UvUIqV1hMw0mHuW-5" edge="1" parent="1" source="1uCa8UvUIqV1hMw0mHuW-3" style="edgeStyle=none;rounded=0;orthogonalLoop=1;jettySize=auto;html=1;exitX=0;exitY=0;exitDx=0;exitDy=0;endArrow=none;endFill=0;shape=link;entryX=0.599;entryY=1;entryDx=0;entryDy=0;entryPerimeter=0;" target="1uCa8UvUIqV1hMw0mHuW-35">
          <mxGeometry relative="1" as="geometry">
            <mxPoint x="745" y="601" as="targetPoint" />
          </mxGeometry>
        </mxCell>
        <mxCell id="1uCa8UvUIqV1hMw0mHuW-8" connectable="0" parent="1uCa8UvUIqV1hMw0mHuW-5" style="edgeLabel;html=1;align=center;verticalAlign=middle;resizable=0;points=[];" value="M" vertex="1">
          <mxGeometry relative="1" x="-0.0625" as="geometry">
            <mxPoint as="offset" />
          </mxGeometry>
        </mxCell>
        <mxCell id="1uCa8UvUIqV1hMw0mHuW-15" edge="1" parent="1" source="1uCa8UvUIqV1hMw0mHuW-10" style="edgeStyle=none;rounded=0;orthogonalLoop=1;jettySize=auto;html=1;exitX=0;exitY=0.5;exitDx=0;exitDy=0;entryX=1;entryY=0.5;entryDx=0;entryDy=0;endArrow=none;endFill=0;" target="1uCa8UvUIqV1hMw0mHuW-1">
          <mxGeometry relative="1" as="geometry" />
        </mxCell>
        <mxCell id="1uCa8UvUIqV1hMw0mHuW-10" parent="1" style="ellipse;whiteSpace=wrap;html=1;align=center;fontStyle=4;" value="IATA" vertex="1">
          <mxGeometry height="40" width="100" x="1155" y="810" as="geometry" />
        </mxCell>
        <mxCell id="1uCa8UvUIqV1hMw0mHuW-16" edge="1" parent="1" source="1uCa8UvUIqV1hMw0mHuW-12" style="edgeStyle=none;rounded=0;orthogonalLoop=1;jettySize=auto;html=1;exitX=0;exitY=0.5;exitDx=0;exitDy=0;entryX=1;entryY=0.75;entryDx=0;entryDy=0;endArrow=none;endFill=0;" target="1uCa8UvUIqV1hMw0mHuW-1">
          <mxGeometry relative="1" as="geometry" />
        </mxCell>
        <mxCell id="1uCa8UvUIqV1hMw0mHuW-12" parent="1" style="ellipse;whiteSpace=wrap;html=1;align=center;" value="full_name" vertex="1">
          <mxGeometry height="40" width="100" x="1125" y="880" as="geometry" />
        </mxCell>
        <mxCell id="1uCa8UvUIqV1hMw0mHuW-13" parent="1" style="ellipse;whiteSpace=wrap;html=1;align=center;" value="registration_country" vertex="1">
          <mxGeometry height="40" width="120" x="1015" y="920" as="geometry" />
        </mxCell>
        <mxCell id="1uCa8UvUIqV1hMw0mHuW-14" parent="1" style="ellipse;whiteSpace=wrap;html=1;align=center;" value="email" vertex="1">
          <mxGeometry height="40" width="100" x="915" y="890" as="geometry" />
        </mxCell>
        <mxCell id="1uCa8UvUIqV1hMw0mHuW-17" edge="1" parent="1" source="1uCa8UvUIqV1hMw0mHuW-13" style="edgeStyle=none;rounded=0;orthogonalLoop=1;jettySize=auto;html=1;exitX=0.417;exitY=-0.055;exitDx=0;exitDy=0;entryX=0.75;entryY=1;entryDx=0;entryDy=0;exitPerimeter=0;endArrow=none;endFill=0;" target="1uCa8UvUIqV1hMw0mHuW-1">
          <mxGeometry relative="1" as="geometry" />
        </mxCell>
        <mxCell id="1uCa8UvUIqV1hMw0mHuW-18" edge="1" parent="1" source="1uCa8UvUIqV1hMw0mHuW-14" style="edgeStyle=none;rounded=0;orthogonalLoop=1;jettySize=auto;html=1;exitX=0.5;exitY=0;exitDx=0;exitDy=0;entryX=0.189;entryY=1.028;entryDx=0;entryDy=0;entryPerimeter=0;endArrow=none;endFill=0;" target="1uCa8UvUIqV1hMw0mHuW-1">
          <mxGeometry relative="1" as="geometry" />
        </mxCell>
        <mxCell id="1uCa8UvUIqV1hMw0mHuW-26" edge="1" parent="1" source="1uCa8UvUIqV1hMw0mHuW-19" style="edgeStyle=none;rounded=0;orthogonalLoop=1;jettySize=auto;html=1;exitX=0.5;exitY=1;exitDx=0;exitDy=0;entryX=1;entryY=0;entryDx=0;entryDy=0;endArrow=none;endFill=0;shape=link;" target="1uCa8UvUIqV1hMw0mHuW-25">
          <mxGeometry relative="1" as="geometry" />
        </mxCell>
        <mxCell id="1uCa8UvUIqV1hMw0mHuW-31" connectable="0" parent="1uCa8UvUIqV1hMw0mHuW-26" style="edgeLabel;html=1;align=center;verticalAlign=middle;resizable=0;points=[];" value="M" vertex="1">
          <mxGeometry relative="1" x="0.0918" y="-1" as="geometry">
            <mxPoint as="offset" />
          </mxGeometry>
        </mxCell>
        <mxCell id="1uCa8UvUIqV1hMw0mHuW-19" parent="1" style="whiteSpace=wrap;html=1;align=center;" value="Gate" vertex="1">
          <mxGeometry height="40" width="100" x="405" y="160" as="geometry" />
        </mxCell>
        <mxCell id="1uCa8UvUIqV1hMw0mHuW-20" parent="1" style="ellipse;whiteSpace=wrap;html=1;align=center;fontStyle=4;" value=" gate_code" vertex="1">
          <mxGeometry height="40" width="100" x="485" y="100" as="geometry" />
        </mxCell>
        <mxCell id="1uCa8UvUIqV1hMw0mHuW-21" parent="1" style="ellipse;whiteSpace=wrap;html=1;align=center;" value="terminal_name" vertex="1">
          <mxGeometry height="40" width="100" x="315" y="100" as="geometry" />
        </mxCell>
        <mxCell id="1uCa8UvUIqV1hMw0mHuW-23" edge="1" parent="1" source="1uCa8UvUIqV1hMw0mHuW-19" style="edgeStyle=none;rounded=0;orthogonalLoop=1;jettySize=auto;html=1;exitX=1;exitY=0;exitDx=0;exitDy=0;entryX=0.247;entryY=0.917;entryDx=0;entryDy=0;entryPerimeter=0;endArrow=none;endFill=0;" target="1uCa8UvUIqV1hMw0mHuW-20">
          <mxGeometry relative="1" as="geometry" />
        </mxCell>
        <mxCell id="1uCa8UvUIqV1hMw0mHuW-24" edge="1" parent="1" source="1uCa8UvUIqV1hMw0mHuW-19" style="edgeStyle=none;rounded=0;orthogonalLoop=1;jettySize=auto;html=1;exitX=0.25;exitY=0;exitDx=0;exitDy=0;entryX=0.5;entryY=1;entryDx=0;entryDy=0;endArrow=none;endFill=0;" target="1uCa8UvUIqV1hMw0mHuW-21">
          <mxGeometry relative="1" as="geometry" />
        </mxCell>
        <mxCell id="1uCa8UvUIqV1hMw0mHuW-25" parent="1" style="shape=rhombus;perimeter=rhombusPerimeter;whiteSpace=wrap;html=1;align=center;" value="Have" vertex="1">
          <mxGeometry height="60" width="120" x="295" y="230" as="geometry" />
        </mxCell>
        <mxCell id="1uCa8UvUIqV1hMw0mHuW-27" edge="1" parent="1" source="-5EN979a6P4eX3SqTBvW-2" style="edgeStyle=none;rounded=0;orthogonalLoop=1;jettySize=auto;html=1;entryX=0;entryY=1;entryDx=0;entryDy=0;endArrow=none;endFill=0;exitX=0.855;exitY=-0.027;exitDx=0;exitDy=0;exitPerimeter=0;" target="1uCa8UvUIqV1hMw0mHuW-25">
          <mxGeometry relative="1" as="geometry">
            <mxPoint x="285" y="320" as="sourcePoint" />
          </mxGeometry>
        </mxCell>
        <mxCell id="1uCa8UvUIqV1hMw0mHuW-32" connectable="0" parent="1uCa8UvUIqV1hMw0mHuW-27" style="edgeLabel;html=1;align=center;verticalAlign=middle;resizable=0;points=[];" value="1" vertex="1">
          <mxGeometry relative="1" x="-0.0562" y="-1" as="geometry">
            <mxPoint x="1" as="offset" />
          </mxGeometry>
        </mxCell>
        <mxCell id="1uCa8UvUIqV1hMw0mHuW-29" edge="1" parent="1" source="1uCa8UvUIqV1hMw0mHuW-28" style="edgeStyle=none;rounded=0;orthogonalLoop=1;jettySize=auto;html=1;exitX=0.5;exitY=1;exitDx=0;exitDy=0;endArrow=none;endFill=0;shape=link;entryX=0.25;entryY=0;entryDx=0;entryDy=0;" target="1uCa8UvUIqV1hMw0mHuW-35">
          <mxGeometry relative="1" as="geometry">
            <mxPoint x="714.4117647058824" y="570" as="targetPoint" />
          </mxGeometry>
        </mxCell>
        <mxCell id="1uCa8UvUIqV1hMw0mHuW-33" connectable="0" parent="1uCa8UvUIqV1hMw0mHuW-29" style="edgeLabel;html=1;align=center;verticalAlign=middle;resizable=0;points=[];" value="1" vertex="1">
          <mxGeometry relative="1" x="-0.191" y="1" as="geometry">
            <mxPoint as="offset" />
          </mxGeometry>
        </mxCell>
        <mxCell id="1uCa8UvUIqV1hMw0mHuW-30" edge="1" parent="1" source="1uCa8UvUIqV1hMw0mHuW-28" style="edgeStyle=none;rounded=0;orthogonalLoop=1;jettySize=auto;html=1;exitX=0.5;exitY=0;exitDx=0;exitDy=0;endArrow=none;endFill=0;" target="1uCa8UvUIqV1hMw0mHuW-19">
          <mxGeometry relative="1" as="geometry" />
        </mxCell>
        <mxCell id="1uCa8UvUIqV1hMw0mHuW-34" connectable="0" parent="1uCa8UvUIqV1hMw0mHuW-30" style="edgeLabel;html=1;align=center;verticalAlign=middle;resizable=0;points=[];" value="1" vertex="1">
          <mxGeometry relative="1" x="0.0288" y="-3" as="geometry">
            <mxPoint as="offset" />
          </mxGeometry>
        </mxCell>
        <mxCell id="1uCa8UvUIqV1hMw0mHuW-28" parent="1" style="shape=rhombus;perimeter=rhombusPerimeter;whiteSpace=wrap;html=1;align=center;" value="Assigned" vertex="1">
          <mxGeometry height="60" width="120" x="455" y="310" as="geometry" />
        </mxCell>
        <mxCell id="1uCa8UvUIqV1hMw0mHuW-35" parent="1" style="shape=ext;margin=3;double=1;whiteSpace=wrap;html=1;align=center;" value="Flight" vertex="1">
          <mxGeometry height="40" width="100" x="705" y="560" as="geometry" />
        </mxCell>
        <mxCell id="1uCa8UvUIqV1hMw0mHuW-39" edge="1" parent="1" source="1uCa8UvUIqV1hMw0mHuW-36" style="edgeStyle=none;rounded=0;orthogonalLoop=1;jettySize=auto;html=1;exitX=0.839;exitY=0.331;exitDx=0;exitDy=0;entryX=0;entryY=0.5;entryDx=0;entryDy=0;endArrow=none;endFill=0;shape=link;exitPerimeter=0;" target="1uCa8UvUIqV1hMw0mHuW-38">
          <mxGeometry relative="1" as="geometry" />
        </mxCell>
        <mxCell id="1uCa8UvUIqV1hMw0mHuW-41" connectable="0" parent="1uCa8UvUIqV1hMw0mHuW-39" style="edgeLabel;html=1;align=center;verticalAlign=middle;resizable=0;points=[];" value="M" vertex="1">
          <mxGeometry relative="1" x="-0.009" y="4" as="geometry">
            <mxPoint as="offset" />
          </mxGeometry>
        </mxCell>
        <mxCell id="1uCa8UvUIqV1hMw0mHuW-40" edge="1" parent="1" source="1uCa8UvUIqV1hMw0mHuW-36" style="edgeStyle=none;rounded=0;orthogonalLoop=1;jettySize=auto;html=1;exitX=0;exitY=0.5;exitDx=0;exitDy=0;endArrow=none;endFill=0;" target="-5EN979a6P4eX3SqTBvW-111">
          <mxGeometry relative="1" as="geometry" />
        </mxCell>
        <mxCell id="1uCa8UvUIqV1hMw0mHuW-42" connectable="0" parent="1uCa8UvUIqV1hMw0mHuW-40" style="edgeLabel;html=1;align=center;verticalAlign=middle;resizable=0;points=[];" value="1" vertex="1">
          <mxGeometry relative="1" x="-0.0065" y="-2" as="geometry">
            <mxPoint as="offset" />
          </mxGeometry>
        </mxCell>
        <mxCell id="1uCa8UvUIqV1hMw0mHuW-36" parent="1" style="shape=rhombus;perimeter=rhombusPerimeter;whiteSpace=wrap;html=1;align=center;" value="Includes" vertex="1">
          <mxGeometry height="60" width="120" x="1250" y="520" as="geometry" />
        </mxCell>
        <mxCell id="1uCa8UvUIqV1hMw0mHuW-38" parent="1" style="whiteSpace=wrap;html=1;align=center;" value="Baggage" vertex="1">
          <mxGeometry height="40" width="100" x="1420" y="480" as="geometry" />
        </mxCell>
        <mxCell id="1uCa8UvUIqV1hMw0mHuW-44" edge="1" parent="1" source="1uCa8UvUIqV1hMw0mHuW-43" style="edgeStyle=none;rounded=0;orthogonalLoop=1;jettySize=auto;html=1;exitX=0;exitY=1;exitDx=0;exitDy=0;entryX=1;entryY=0;entryDx=0;entryDy=0;endArrow=none;endFill=0;" target="1uCa8UvUIqV1hMw0mHuW-38">
          <mxGeometry relative="1" as="geometry" />
        </mxCell>
        <mxCell id="1uCa8UvUIqV1hMw0mHuW-43" parent="1" style="ellipse;whiteSpace=wrap;html=1;align=center;" value="weight" vertex="1">
          <mxGeometry height="40" width="100" x="1480" y="380" as="geometry" />
        </mxCell>
        <mxCell id="1uCa8UvUIqV1hMw0mHuW-49" edge="1" parent="1" source="1uCa8UvUIqV1hMw0mHuW-45" style="edgeStyle=none;rounded=0;orthogonalLoop=1;jettySize=auto;html=1;exitX=0;exitY=0.5;exitDx=0;exitDy=0;entryX=1;entryY=0.75;entryDx=0;entryDy=0;endArrow=none;endFill=0;" target="1uCa8UvUIqV1hMw0mHuW-38">
          <mxGeometry relative="1" as="geometry" />
        </mxCell>
        <mxCell id="1uCa8UvUIqV1hMw0mHuW-45" parent="1" style="ellipse;whiteSpace=wrap;html=1;align=center;" value="type" vertex="1">
          <mxGeometry height="40" width="100" x="1590" y="470" as="geometry" />
        </mxCell>
        <mxCell id="1uCa8UvUIqV1hMw0mHuW-48" edge="1" parent="1" source="1uCa8UvUIqV1hMw0mHuW-47" style="edgeStyle=none;rounded=0;orthogonalLoop=1;jettySize=auto;html=1;exitX=0;exitY=0;exitDx=0;exitDy=0;entryX=0.75;entryY=1;entryDx=0;entryDy=0;endArrow=none;endFill=0;" target="1uCa8UvUIqV1hMw0mHuW-38">
          <mxGeometry relative="1" as="geometry">
            <mxPoint x="1580" y="510" as="targetPoint" />
          </mxGeometry>
        </mxCell>
        <mxCell id="1uCa8UvUIqV1hMw0mHuW-47" parent="1" style="ellipse;whiteSpace=wrap;html=1;align=center;fontStyle=4;" value="tag_number" vertex="1">
          <mxGeometry height="40" width="100" x="1460" y="560" as="geometry" />
        </mxCell>
        <mxCell id="1uCa8UvUIqV1hMw0mHuW-62" edge="1" parent="1" source="1uCa8UvUIqV1hMw0mHuW-50" style="edgeStyle=none;rounded=0;orthogonalLoop=1;jettySize=auto;html=1;exitX=1;exitY=0;exitDx=0;exitDy=0;endArrow=none;endFill=0;" target="1uCa8UvUIqV1hMw0mHuW-63">
          <mxGeometry relative="1" as="geometry">
            <mxPoint x="785" y="250" as="targetPoint" />
          </mxGeometry>
        </mxCell>
        <mxCell id="1uCa8UvUIqV1hMw0mHuW-50" parent="1" style="whiteSpace=wrap;html=1;align=center;" value="Delay_log" vertex="1">
          <mxGeometry height="40" width="100" x="635" y="290" as="geometry" />
        </mxCell>
        <mxCell id="1uCa8UvUIqV1hMw0mHuW-57" edge="1" parent="1" source="1uCa8UvUIqV1hMw0mHuW-51" style="edgeStyle=none;rounded=0;orthogonalLoop=1;jettySize=auto;html=1;exitX=0.5;exitY=1;exitDx=0;exitDy=0;endArrow=none;endFill=0;" target="1uCa8UvUIqV1hMw0mHuW-35">
          <mxGeometry relative="1" as="geometry" />
        </mxCell>
        <mxCell id="1uCa8UvUIqV1hMw0mHuW-61" connectable="0" parent="1uCa8UvUIqV1hMw0mHuW-57" style="edgeLabel;html=1;align=center;verticalAlign=middle;resizable=0;points=[];" value="1" vertex="1">
          <mxGeometry relative="1" x="-0.0497" y="3" as="geometry">
            <mxPoint as="offset" />
          </mxGeometry>
        </mxCell>
-         <mxCell id="1uCa8UvUIqV1hMw0mHuW-51" parent="1" style="shape=rhombus;perimeter=rhombusPerimeter;whiteSpace=wrap;html=1;align=center;" value="Relationship" vertex="1">
+         <mxCell id="1uCa8UvUIqV1hMw0mHuW-51" parent="1" style="shape=rhombus;perimeter=rhombusPerimeter;whiteSpace=wrap;html=1;align=center;" value="Have" vertex="1">
          <mxGeometry height="60" width="120" x="655" y="400" as="geometry" />
        </mxCell>
        <mxCell id="1uCa8UvUIqV1hMw0mHuW-55" edge="1" parent="1" source="1uCa8UvUIqV1hMw0mHuW-52" style="edgeStyle=none;rounded=0;orthogonalLoop=1;jettySize=auto;html=1;exitX=0.5;exitY=1;exitDx=0;exitDy=0;entryX=0.5;entryY=0;entryDx=0;entryDy=0;endArrow=none;endFill=0;" target="1uCa8UvUIqV1hMw0mHuW-50">
          <mxGeometry relative="1" as="geometry" />
        </mxCell>
        <mxCell id="1uCa8UvUIqV1hMw0mHuW-52" parent="1" style="ellipse;whiteSpace=wrap;html=1;align=center;" value="reason" vertex="1">
          <mxGeometry height="40" width="100" x="625" y="170" as="geometry" />
        </mxCell>
        <mxCell id="1uCa8UvUIqV1hMw0mHuW-53" parent="1" style="ellipse;whiteSpace=wrap;html=1;align=center;" value="duration" vertex="1">
          <mxGeometry height="40" width="100" x="535" y="220" as="geometry" />
        </mxCell>
        <mxCell id="1uCa8UvUIqV1hMw0mHuW-54" edge="1" parent="1" source="1uCa8UvUIqV1hMw0mHuW-53" style="edgeStyle=none;rounded=0;orthogonalLoop=1;jettySize=auto;html=1;exitX=0.5;exitY=1;exitDx=0;exitDy=0;entryX=0;entryY=0;entryDx=0;entryDy=0;endArrow=none;endFill=0;" target="1uCa8UvUIqV1hMw0mHuW-50">
          <mxGeometry relative="1" as="geometry" />
        </mxCell>
        <mxCell id="1uCa8UvUIqV1hMw0mHuW-56" edge="1" parent="1" source="1uCa8UvUIqV1hMw0mHuW-50" style="edgeStyle=none;rounded=0;orthogonalLoop=1;jettySize=auto;html=1;exitX=0.5;exitY=1;exitDx=0;exitDy=0;endArrow=none;endFill=0;shape=link;" target="1uCa8UvUIqV1hMw0mHuW-51">
          <mxGeometry relative="1" as="geometry" />
        </mxCell>
        <mxCell id="1uCa8UvUIqV1hMw0mHuW-60" connectable="0" parent="1uCa8UvUIqV1hMw0mHuW-56" style="edgeLabel;html=1;align=center;verticalAlign=middle;resizable=0;points=[];" value="M" vertex="1">
          <mxGeometry relative="1" x="-0.3751" y="2" as="geometry">
            <mxPoint as="offset" />
          </mxGeometry>
        </mxCell>
        <mxCell id="1uCa8UvUIqV1hMw0mHuW-63" parent="1" style="ellipse;whiteSpace=wrap;html=1;align=center;" value="recorded_at" vertex="1">
          <mxGeometry height="40" width="100" x="735" y="210" as="geometry" />
        </mxCell>
      </root>
    </mxGraphModel>
  </diagram>
</mxfile>
